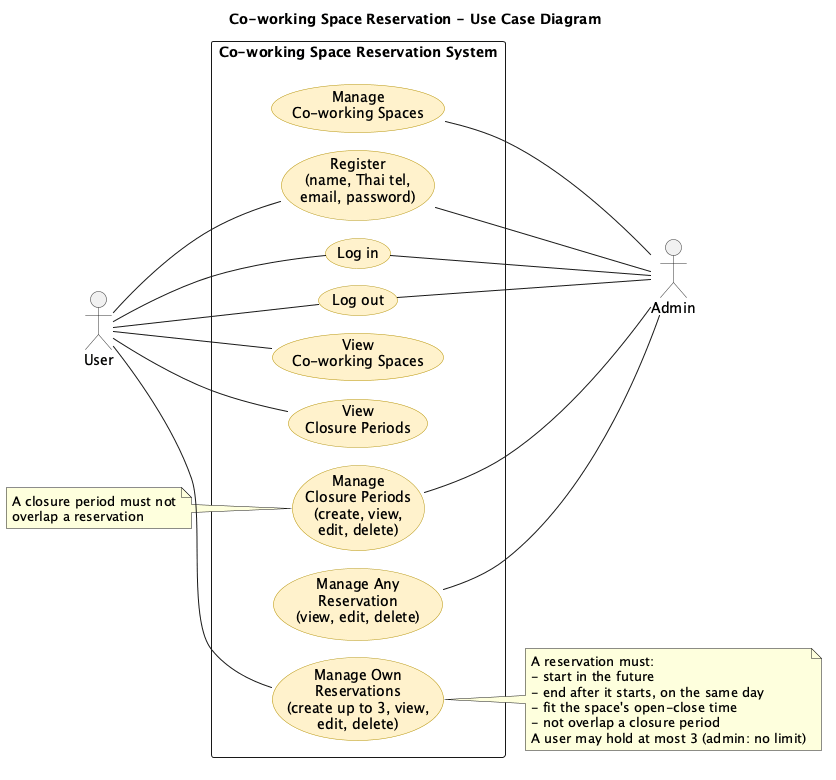
This is docs/diagrams/png/usecase.png from TonBoonchai/Co-working-Space-Reservation, a PlantUML export, as it was before one commit.
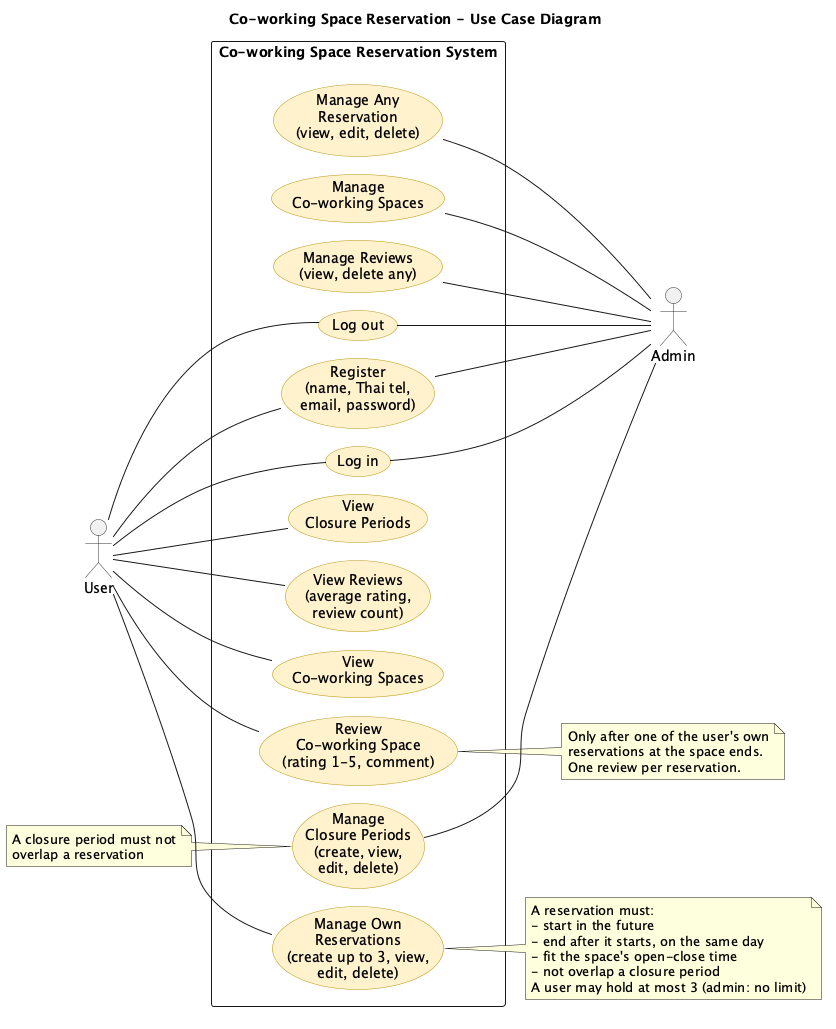
Above is the later version.

Change to the diagram source:
```diff
@@ -17,10 +17,13 @@
   usecase "Log out" as logout
   usecase "View\nCo-working Spaces" as viewSpaces
   usecase "View\nClosure Periods" as viewClosures
+  usecase "View Reviews\n(average rating,\nreview count)" as viewReviews
+  usecase "Review\nCo-working Space\n(rating 1-5, comment)" as review
   usecase "Manage Own\nReservations\n(create up to 3, view,\nedit, delete)" as manageOwn
   usecase "Manage Any\nReservation\n(view, edit, delete)" as manageAny
   usecase "Manage\nCo-working Spaces" as manageSpaces
   usecase "Manage\nClosure Periods\n(create, view,\nedit, delete)" as manageClosures
+  usecase "Manage Reviews\n(view, delete any)" as manageReviews
 }
 
 user -- register
@@ -29,6 +32,8 @@
 user -- viewSpaces
 user -- viewClosures
 user -- manageOwn
+user -- viewReviews
+user -- review
 
 register -- admin
 login -- admin
@@ -36,6 +41,7 @@
 manageAny -- admin
 manageSpaces -- admin
 manageClosures -- admin
+manageReviews -- admin
 
 note right of manageOwn
   A reservation must:
@@ -46,6 +52,12 @@
   A user may hold at most 3 (admin: no limit)
 end note
 
+note right of review
+  Only after one of the user's own
+  reservations at the space ends.
+  One review per reservation.
+end note
+
 note left of manageClosures
   A closure period must not
   overlap a reservation
```
